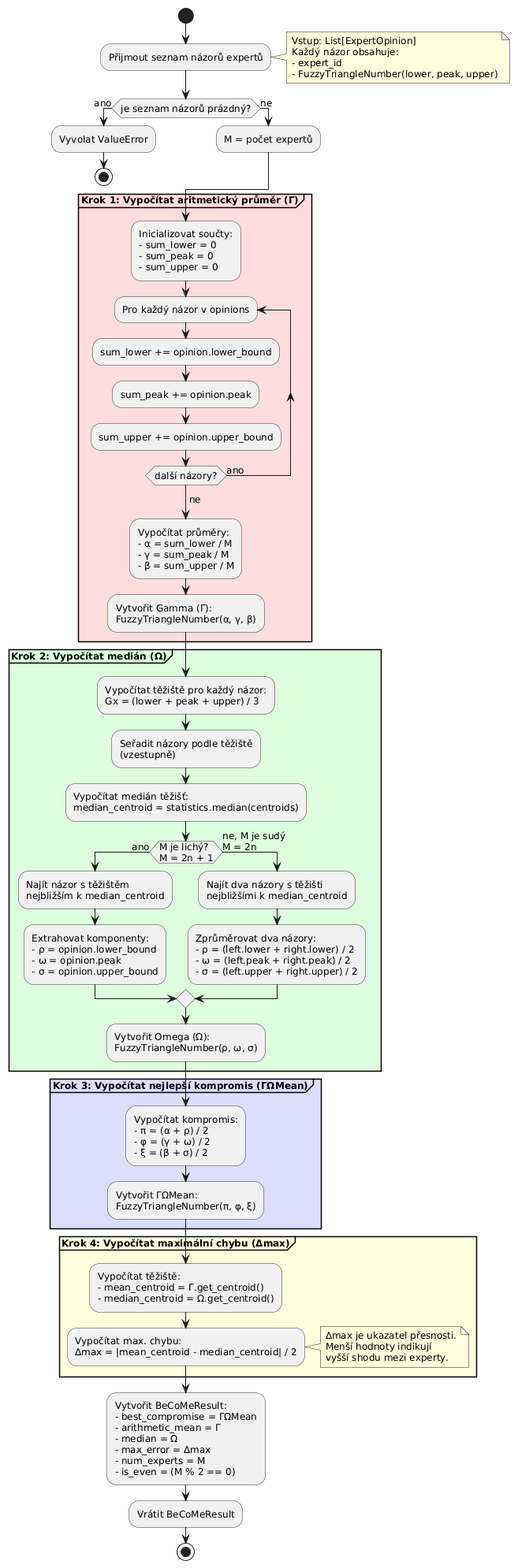
Above: docs/uml-diagrams/cs/diagrams/png/activity-diagram.png in caitlon/BeCoMe (PlantUML), before the change.
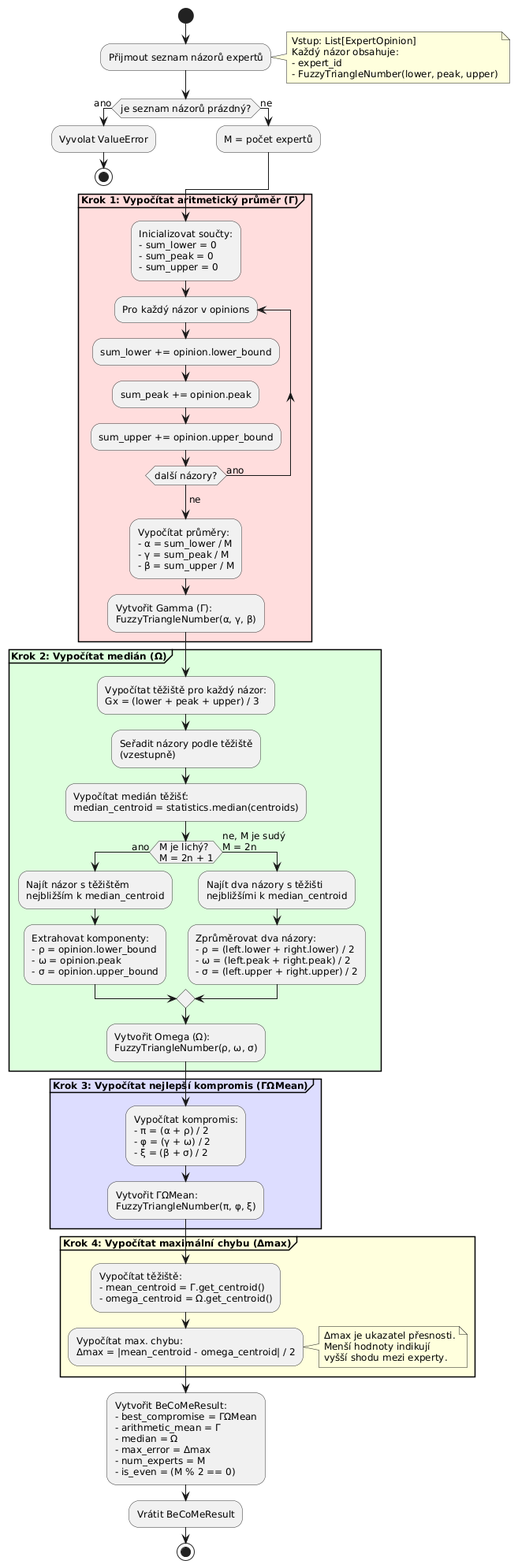
Above is the later version.

Commit message:
chore: regenerate activity diagrams

Change to the diagram source:
```diff
@@ -65,9 +65,9 @@
 }
 
 partition "**Krok 4: Vypočítat maximální chybu (Δmax)**" #FFFFDD {
-    :Vypočítat těžiště:\n- mean_centroid = Γ.get_centroid()\n- median_centroid = Ω.get_centroid();
+    :Vypočítat těžiště:\n- mean_centroid = Γ.get_centroid()\n- omega_centroid = Ω.get_centroid();
 
-    :Vypočítat max. chybu:\nΔmax = |mean_centroid - median_centroid| / 2;
+    :Vypočítat max. chybu:\nΔmax = |mean_centroid - omega_centroid| / 2;
 
     note right
         Δmax je ukazatel přesnosti.
```
